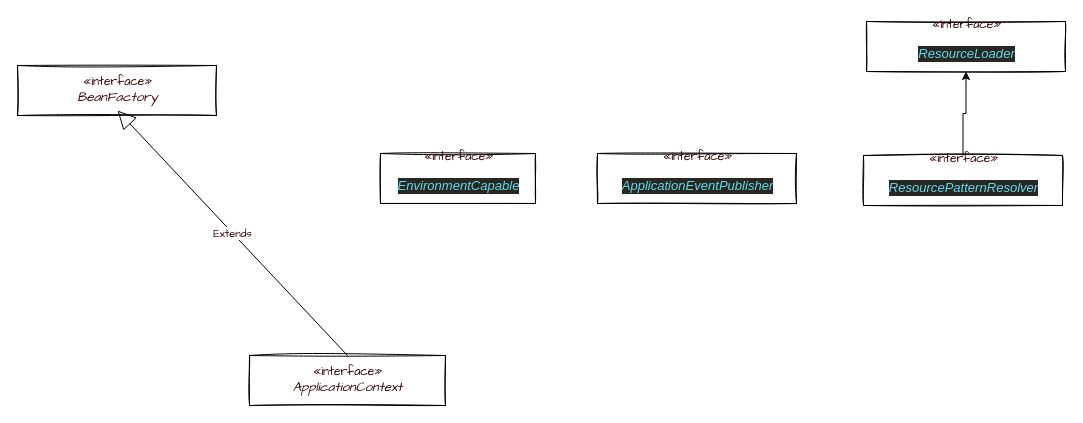
Above: page "Page-1" (1 of 2) of Untitled Diagram.drawio in alphatok/git-test (draw.io), before the change. Source tidied: cells renumbered, new cells numbered last; positions are measured from the earlier drawing's top-left corner, leaving out a move shared by most shapes. Both pictures are drawn from the tidied source at 100%, with x=0, y=0 at pixel (17, 21).
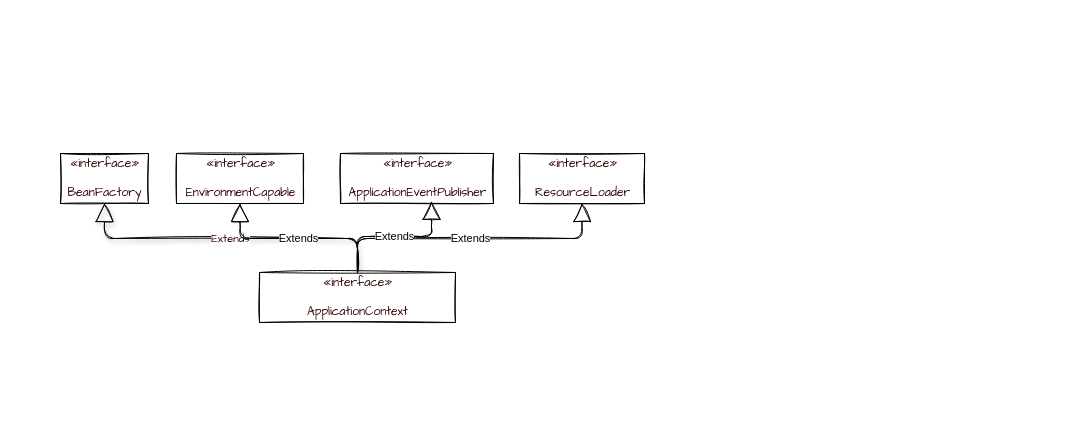
The same diagram, later.

Commit message:
application context

What changed in the source:
```diff
@@
 <mxGraphModel>
   <root>
     <mxCell id="0" />
     <mxCell id="1" parent="0" />
-    <mxCell id="2" value="«interface»&lt;br&gt;&lt;div style=&quot;font-size: 9.8pt;&quot;&gt;&lt;span style=&quot;font-style: italic;&quot;&gt;ApplicationContext&lt;/span&gt;&lt;/div&gt;" style="html=1;rounded=0;sketch=1;fontColor=#330000;labelBorderColor=none;fontFamily=Comic Sans MS;" parent="1" vertex="1">
-      <mxGeometry x="232" y="334" width="196" height="50" as="geometry" />
+    <mxCell id="2" value="«interface»&lt;br&gt;&lt;br&gt;ApplicationContext" style="rounded=0;fontColor=#330000;labelBorderColor=none;fontFamily=Comic Sans MS;sketch=1;html=1;" parent="1" vertex="1">
+      <mxGeometry x="242" y="251" width="196" height="50" as="geometry" />
     </mxCell>
-    <mxCell id="3" value="«interface»&lt;br&gt;&lt;div style=&quot;font-size: 9.8pt;&quot;&gt;&lt;div style=&quot;font-size: 9.8pt;&quot;&gt;&lt;div style=&quot;font-size: 9.8pt;&quot;&gt;&lt;div style=&quot;font-size: 9.8pt;&quot;&gt;&lt;div style=&quot;font-size: 9.8pt;&quot;&gt;&lt;span style=&quot;font-style: italic;&quot;&gt;BeanFactory&lt;/span&gt;&lt;/div&gt;&lt;/div&gt;&lt;/div&gt;&lt;/div&gt;&lt;/div&gt;" style="html=1;rounded=0;sketch=1;fontColor=#330000;labelBorderColor=none;fontFamily=Comic Sans MS;" parent="1" vertex="1">
-      <mxGeometry y="44" width="199" height="50" as="geometry" />
+    <mxCell id="3" value="«interface»&lt;br&gt;&lt;br&gt;BeanFactory" style="rounded=0;fontColor=#330000;labelBorderColor=none;fontFamily=Comic Sans MS;sketch=1;html=1;" parent="1" vertex="1">
+      <mxGeometry x="43" y="132" width="88" height="50" as="geometry" />
     </mxCell>
-    <mxCell id="4" value="«interface»&lt;br&gt;&lt;div style=&quot;font-size: 9.8pt&quot;&gt;&lt;div style=&quot;font-size: 9.8pt&quot;&gt;&lt;div style=&quot;font-size: 9.8pt&quot;&gt;&lt;div style=&quot;font-size: 9.8pt&quot;&gt;&lt;pre style=&quot;background-color: #272822 ; color: #f8f8f2 ; font-family: &amp;#34;jetbrains mono&amp;#34; ; font-size: 9.8pt&quot;&gt;&lt;span style=&quot;color: #66d9ef ; font-style: italic&quot;&gt;EnvironmentCapable&lt;/span&gt;&lt;/pre&gt;&lt;/div&gt;&lt;/div&gt;&lt;/div&gt;&lt;/div&gt;" style="html=1;rounded=0;sketch=1;fontColor=#330000;labelBorderColor=none;fontFamily=Comic Sans MS;" parent="1" vertex="1">
-      <mxGeometry x="363" y="132" width="155" height="50" as="geometry" />
+    <mxCell id="4" value="«interface»&lt;br&gt;&lt;br&gt;EnvironmentCapable" style="rounded=0;fontColor=#330000;labelBorderColor=none;fontFamily=Comic Sans MS;sketch=1;html=1;" parent="1" vertex="1">
+      <mxGeometry x="159" y="132" width="127" height="50" as="geometry" />
     </mxCell>
-    <mxCell id="5" value="«interface»&lt;br&gt;&lt;div style=&quot;font-size: 9.8pt&quot;&gt;&lt;div style=&quot;font-size: 9.8pt&quot;&gt;&lt;div style=&quot;font-size: 9.8pt&quot;&gt;&lt;div style=&quot;font-size: 9.8pt&quot;&gt;&lt;pre style=&quot;background-color: #272822 ; color: #f8f8f2 ; font-family: &amp;#34;jetbrains mono&amp;#34; ; font-size: 9.8pt&quot;&gt;&lt;pre style=&quot;font-family: &amp;#34;jetbrains mono&amp;#34; ; font-size: 9.8pt&quot;&gt;&lt;span style=&quot;color: #66d9ef ; font-style: italic&quot;&gt;ApplicationEventPublisher&lt;/span&gt;&lt;/pre&gt;&lt;/pre&gt;&lt;/div&gt;&lt;/div&gt;&lt;/div&gt;&lt;/div&gt;" style="html=1;rounded=0;sketch=1;fontColor=#330000;labelBorderColor=none;fontFamily=Comic Sans MS;" parent="1" vertex="1">
-      <mxGeometry x="580" y="132" width="199" height="50" as="geometry" />
+    <mxCell id="5" value="«interface»&lt;br&gt;&lt;br&gt;ApplicationEventPublisher" style="rounded=0;fontColor=#330000;labelBorderColor=none;fontFamily=Comic Sans MS;sketch=1;html=1;" parent="1" vertex="1">
+      <mxGeometry x="323" y="132" width="153" height="50" as="geometry" />
     </mxCell>
-    <mxCell id="6" style="edgeStyle=orthogonalEdgeStyle;rounded=0;jettySize=auto;html=1;exitX=0.5;exitY=0;exitDx=0;exitDy=0;entryX=0.5;entryY=1;entryDx=0;entryDy=0;fontFamily=Comic Sans MS;fontColor=#330000;" parent="1" edge="1" source="7" target="8">
-      <mxGeometry relative="1" as="geometry" />
-    </mxCell>
-    <mxCell id="7" value="«interface»&lt;br&gt;&lt;div style=&quot;font-size: 9.8pt&quot;&gt;&lt;div style=&quot;font-size: 9.8pt&quot;&gt;&lt;div style=&quot;font-size: 9.8pt&quot;&gt;&lt;div style=&quot;font-size: 9.8pt&quot;&gt;&lt;pre style=&quot;background-color: #272822 ; color: #f8f8f2 ; font-family: &amp;#34;jetbrains mono&amp;#34; ; font-size: 9.8pt&quot;&gt;&lt;pre style=&quot;font-family: &amp;#34;jetbrains mono&amp;#34; ; font-size: 9.8pt&quot;&gt;&lt;pre style=&quot;font-family: &amp;#34;jetbrains mono&amp;#34; ; font-size: 9.8pt&quot;&gt;&lt;span style=&quot;color: #66d9ef ; font-style: italic&quot;&gt;ResourcePatternResolver&lt;/span&gt;&lt;/pre&gt;&lt;/pre&gt;&lt;/pre&gt;&lt;/div&gt;&lt;/div&gt;&lt;/div&gt;&lt;/div&gt;" style="html=1;rounded=0;sketch=1;fontColor=#330000;labelBorderColor=none;fontFamily=Comic Sans MS;" parent="1" vertex="1">
-      <mxGeometry x="846" y="134" width="199" height="50" as="geometry" />
-    </mxCell>
-    <mxCell id="8" value="«interface»&lt;br&gt;&lt;div style=&quot;font-size: 9.8pt&quot;&gt;&lt;div style=&quot;font-size: 9.8pt&quot;&gt;&lt;div style=&quot;font-size: 9.8pt&quot;&gt;&lt;div style=&quot;font-size: 9.8pt&quot;&gt;&lt;pre style=&quot;background-color: #272822 ; color: #f8f8f2 ; font-family: &amp;#34;jetbrains mono&amp;#34; ; font-size: 9.8pt&quot;&gt;&lt;pre style=&quot;font-family: &amp;#34;jetbrains mono&amp;#34; ; font-size: 9.8pt&quot;&gt;&lt;pre style=&quot;font-family: &amp;#34;jetbrains mono&amp;#34; ; font-size: 9.8pt&quot;&gt;&lt;pre style=&quot;font-family: &amp;#34;jetbrains mono&amp;#34; ; font-size: 9.8pt&quot;&gt;&lt;span style=&quot;color: #66d9ef ; font-style: italic&quot;&gt;ResourceLoader&lt;/span&gt;&lt;/pre&gt;&lt;/pre&gt;&lt;/pre&gt;&lt;/pre&gt;&lt;/div&gt;&lt;/div&gt;&lt;/div&gt;&lt;/div&gt;" style="html=1;rounded=0;sketch=1;fontColor=#330000;labelBorderColor=none;fontFamily=Comic Sans MS;" parent="1" vertex="1">
-      <mxGeometry x="849" width="199" height="50" as="geometry" />
+    <mxCell id="8" value="«interface»&lt;br&gt;&lt;br&gt;ResourceLoader" style="rounded=0;fontColor=#330000;labelBorderColor=none;fontFamily=Comic Sans MS;sketch=1;html=1;" parent="1" vertex="1">
+      <mxGeometry x="502" y="132" width="125" height="50" as="geometry" />
     </mxCell>
-    <mxCell id="9" value="Extends" style="endArrow=block;endSize=16;endFill=0;html=1;fontFamily=Comic Sans MS;fontColor=#330000;exitX=0.5;exitY=0;exitDx=0;exitDy=0;" parent="1" edge="1" source="2">
-      <mxGeometry relative="1" as="geometry">
-        <mxPoint x="100" y="89" as="targetPoint" />
-      </mxGeometry>
+    <mxCell id="9" value="Extends" style="endArrow=block;endSize=16;endFill=0;fontFamily=Comic Sans MS;fontColor=#330000;exitX=0.5;exitY=0;exitDx=0;exitDy=0;sketch=1;entryX=0.5;entryY=1;entryDx=0;entryDy=0;shadow=1;edgeStyle=elbowEdgeStyle;elbow=vertical;html=1;" parent="1" edge="1" source="2" target="3">
+      <mxGeometry relative="1" as="geometry" />
     </mxCell>
+    <mxCell id="10" value="Extends" style="endArrow=block;endSize=16;endFill=0;entryX=0.5;entryY=1;entryDx=0;entryDy=0;sketch=1;edgeStyle=elbowEdgeStyle;elbow=vertical;html=1;" parent="1" edge="1" source="2" target="8">
+      <mxGeometry relative="1" as="geometry" />
+    </mxCell>
+    <mxCell id="11" value="Extends" style="endArrow=block;endSize=16;endFill=0;entryX=0.595;entryY=0.954;entryDx=0;entryDy=0;entryPerimeter=0;exitX=0.5;exitY=0;exitDx=0;exitDy=0;sketch=1;edgeStyle=elbowEdgeStyle;elbow=vertical;html=1;" parent="1" edge="1" source="2" target="5">
+      <mxGeometry relative="1" as="geometry" />
+    </mxCell>
+    <mxCell id="12" value="Extends" style="endArrow=block;endSize=16;endFill=0;entryX=0.5;entryY=1;entryDx=0;entryDy=0;sketch=1;edgeStyle=elbowEdgeStyle;elbow=vertical;html=1;exitX=0.5;exitY=0;exitDx=0;exitDy=0;" parent="1" edge="1" source="2" target="4">
+      <mxGeometry relative="1" as="geometry" />
+    </mxCell>
   </root>
 </mxGraphModel>
```
